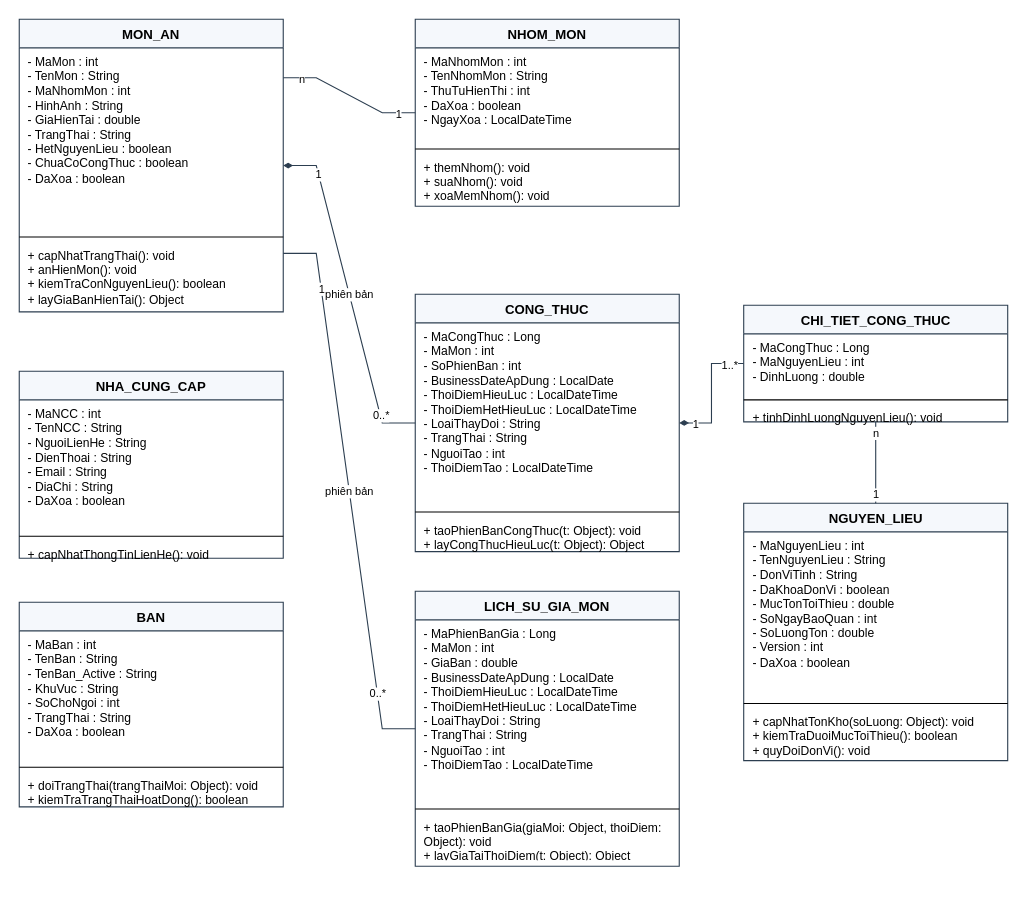
Above: page "Quan ly danh muc" (2 of 5) of docs/ClassDiagram_HeThongQuanLyNhaHang.drawio in nminhzzz/restaurant-management-ai (draw.io), before the change. Source tidied: cells renumbered, new cells numbered last; positions are measured from the earlier drawing's top-left corner, leaving out a move shared by most shapes. Both pictures are drawn from the tidied source at 110%, with x=0, y=0 at pixel (19, 19).
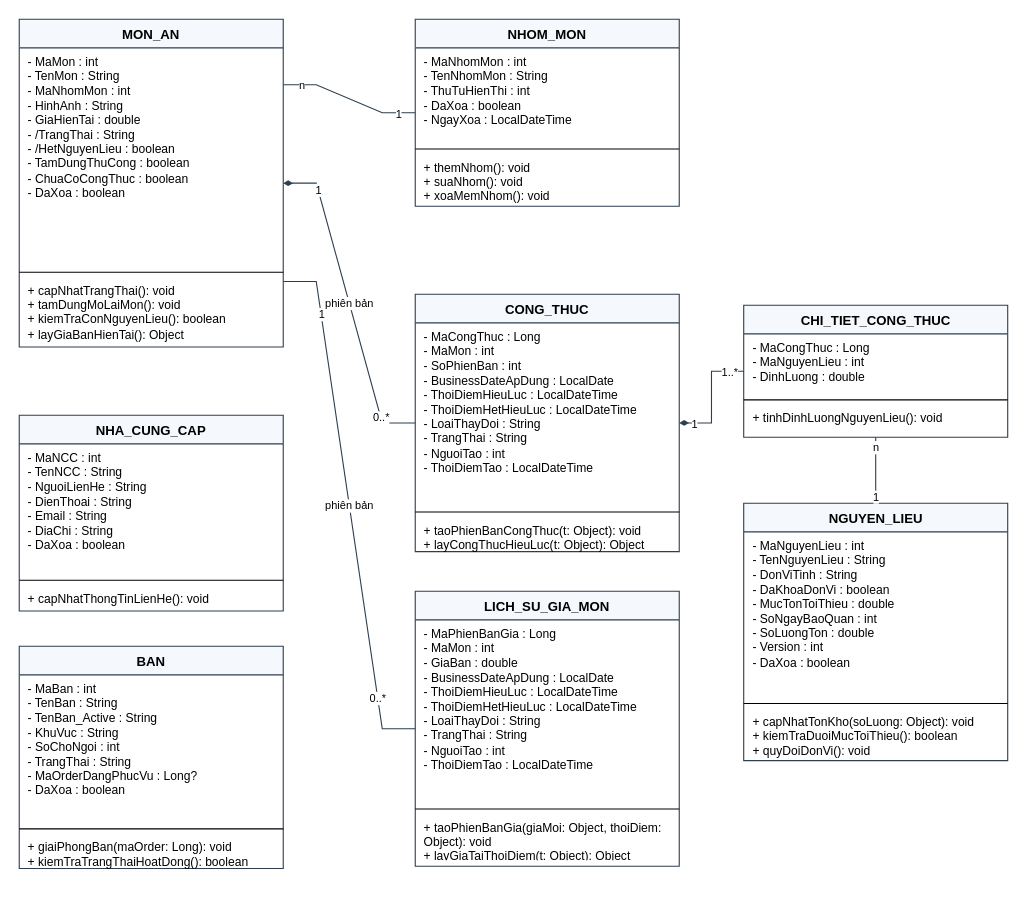
The same page after the edit.

What changed in the source:
```diff
@@
     <mxCell id="6" value="MON_AN" style="swimlane;fontStyle=1;align=center;verticalAlign=top;horizontal=1;startSize=26;whiteSpace=wrap;html=1;fillColor=#F5F8FC;strokeColor=#2C3E50;dashed=0;fontSize=12;" parent="1" vertex="1">
-      <mxGeometry width="240" height="266" as="geometry" />
+      <mxGeometry width="240" height="298" as="geometry" />
     </mxCell>
-    <mxCell id="7" value="- MaMon : int&lt;br&gt;- TenMon : String&lt;br&gt;- MaNhomMon : int&lt;br&gt;- HinhAnh : String&lt;br&gt;- GiaHienTai : double&lt;br&gt;- TrangThai : String&lt;br&gt;- HetNguyenLieu : boolean&lt;div&gt;-&amp;nbsp;ChuaCoCongThuc : boolean&lt;br&gt;- DaXoa : boolean&lt;/div&gt;" style="text;align=left;verticalAlign=top;spacingLeft=6;spacingRight=4;overflow=hidden;whiteSpace=wrap;html=1;fontSize=11;" parent="6" vertex="1">
-      <mxGeometry y="26" width="240" height="168" as="geometry" />
+    <mxCell id="7" value="- MaMon : int&lt;br&gt;- TenMon : String&lt;br&gt;- MaNhomMon : int&lt;br&gt;- HinhAnh : String&lt;br&gt;- GiaHienTai : double&lt;br&gt;- /TrangThai : String&lt;br&gt;- /HetNguyenLieu : boolean&lt;br&gt;- TamDungThuCong : boolean&lt;div&gt;-&amp;nbsp;ChuaCoCongThuc : boolean&lt;br&gt;- DaXoa : boolean&lt;/div&gt;" style="text;align=left;verticalAlign=top;spacingLeft=6;spacingRight=4;overflow=hidden;whiteSpace=wrap;html=1;fontSize=11;" parent="6" vertex="1">
+      <mxGeometry y="26" width="240" height="200" as="geometry" />
     </mxCell>
     <mxCell id="8" style="line;strokeWidth=1;fillColor=none;align=left;verticalAlign=middle;spacingTop=-1;spacingLeft=3;spacingRight=3;html=1;" parent="6" vertex="1">
-      <mxGeometry y="194" width="240" height="8" as="geometry" />
+      <mxGeometry y="226" width="240" height="8" as="geometry" />
     </mxCell>
-    <mxCell id="9" value="+ capNhatTrangThai(): void&lt;br&gt;+ anHienMon(): void&lt;br&gt;+ kiemTraConNguyenLieu(): boolean&lt;br&gt;+ layGiaBanHienTai(): Object" style="text;align=left;verticalAlign=top;spacingLeft=6;spacingRight=4;overflow=hidden;whiteSpace=wrap;html=1;fontSize=11;" parent="6" vertex="1">
-      <mxGeometry y="202" width="240" height="72" as="geometry" />
+    <mxCell id="9" value="+ capNhatTrangThai(): void&lt;br&gt;+ tamDungMoLaiMon(): void&lt;br&gt;+ kiemTraConNguyenLieu(): boolean&lt;br&gt;+ layGiaBanHienTai(): Object" style="text;align=left;verticalAlign=top;spacingLeft=6;spacingRight=4;overflow=hidden;whiteSpace=wrap;html=1;fontSize=11;" parent="6" vertex="1">
+      <mxGeometry y="234" width="240" height="72" as="geometry" />
     </mxCell>
@@
     <mxCell id="18" value="CHI_TIET_CONG_THUC" style="swimlane;fontStyle=1;align=center;verticalAlign=top;horizontal=1;startSize=26;whiteSpace=wrap;html=1;fillColor=#F5F8FC;strokeColor=#2C3E50;dashed=0;fontSize=12;" parent="1" vertex="1">
-      <mxGeometry x="658.6" y="260" width="240" height="106" as="geometry" />
+      <mxGeometry x="658.6" y="260" width="240" height="120" as="geometry" />
     </mxCell>
@@
     <mxCell id="21" value="+ tinhDinhLuongNguyenLieu(): void" style="text;align=left;verticalAlign=top;spacingLeft=6;spacingRight=4;overflow=hidden;whiteSpace=wrap;html=1;fontSize=11;" parent="18" vertex="1">
-      <mxGeometry y="90" width="240" height="24" as="geometry" />
+      <mxGeometry y="90" width="240" height="30" as="geometry" />
     </mxCell>
@@
     <mxCell id="26" value="NHA_CUNG_CAP" style="swimlane;fontStyle=1;align=center;verticalAlign=top;horizontal=1;startSize=26;whiteSpace=wrap;html=1;fillColor=#F5F8FC;strokeColor=#2C3E50;dashed=0;fontSize=12;" parent="1" vertex="1">
-      <mxGeometry y="320" width="240" height="170" as="geometry" />
+      <mxGeometry y="360" width="240" height="178" as="geometry" />
     </mxCell>
@@
     <mxCell id="30" value="BAN" style="swimlane;fontStyle=1;align=center;verticalAlign=top;horizontal=1;startSize=26;whiteSpace=wrap;html=1;fillColor=#F5F8FC;strokeColor=#2C3E50;dashed=0;fontSize=12;" parent="1" vertex="1">
-      <mxGeometry y="530" width="240" height="186" as="geometry" />
+      <mxGeometry y="570" width="240" height="202" as="geometry" />
     </mxCell>
-    <mxCell id="31" value="- MaBan : int&lt;br&gt;- TenBan : String&lt;br&gt;- TenBan_Active : String&lt;br&gt;- KhuVuc : String&lt;br&gt;- SoChoNgoi : int&lt;br&gt;- TrangThai : String&lt;br&gt;- DaXoa : boolean" style="text;align=left;verticalAlign=top;spacingLeft=6;spacingRight=4;overflow=hidden;whiteSpace=wrap;html=1;fontSize=11;" parent="30" vertex="1">
-      <mxGeometry y="26" width="240" height="120" as="geometry" />
+    <mxCell id="31" value="- MaBan : int&lt;br&gt;- TenBan : String&lt;br&gt;- TenBan_Active : String&lt;br&gt;- KhuVuc : String&lt;br&gt;- SoChoNgoi : int&lt;br&gt;- TrangThai : String&lt;br&gt;- MaOrderDangPhucVu : Long?&lt;br&gt;- DaXoa : boolean" style="text;align=left;verticalAlign=top;spacingLeft=6;spacingRight=4;overflow=hidden;whiteSpace=wrap;html=1;fontSize=11;" parent="30" vertex="1">
+      <mxGeometry y="26" width="240" height="136" as="geometry" />
     </mxCell>
     <mxCell id="32" style="line;strokeWidth=1;fillColor=none;align=left;verticalAlign=middle;spacingTop=-1;spacingLeft=3;spacingRight=3;html=1;" parent="30" vertex="1">
-      <mxGeometry y="146" width="240" height="8" as="geometry" />
+      <mxGeometry y="162" width="240" height="8" as="geometry" />
     </mxCell>
-    <mxCell id="33" value="+ doiTrangThai(trangThaiMoi: Object): void&lt;br&gt;+ kiemTraTrangThaiHoatDong(): boolean" style="text;align=left;verticalAlign=top;spacingLeft=6;spacingRight=4;overflow=hidden;whiteSpace=wrap;html=1;fontSize=11;" parent="30" vertex="1">
-      <mxGeometry y="154" width="240" height="40" as="geometry" />
+    <mxCell id="33" value="+ giaiPhongBan(maOrder: Long): void&lt;br&gt;+ kiemTraTrangThaiHoatDong(): boolean" style="text;align=left;verticalAlign=top;spacingLeft=6;spacingRight=4;overflow=hidden;whiteSpace=wrap;html=1;fontSize=11;" parent="30" vertex="1">
+      <mxGeometry y="170" width="240" height="40" as="geometry" />
     </mxCell>
```
